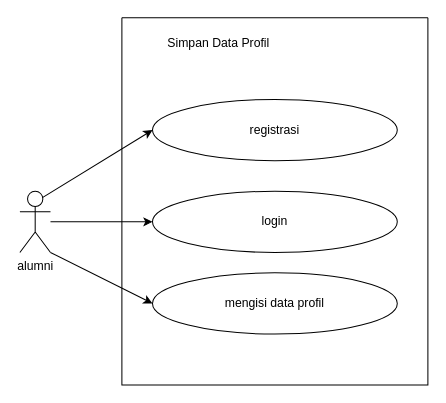
The draw.io diagram Simpan Data alumni usecase Diagram.drawio in ratihpn99/tokoonline, before the edit. Source tidied: cells renumbered, new cells numbered last; positions are measured from the earlier drawing's top-left corner, leaving out a move shared by most shapes. Both pictures are drawn from the tidied source at 102%, with x=0, y=0 at pixel (19, 17).
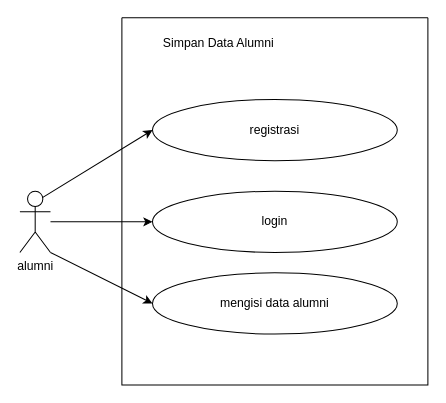
The same diagram, later.

The edit, as a diff of the source:
```diff
@@
 <mxGraphModel>
   <root>
     <mxCell id="0" />
     <mxCell id="1" parent="0" />
     <mxCell id="2" value="alumni" style="shape=umlActor;verticalLabelPosition=bottom;verticalAlign=top;html=1;outlineConnect=0;" parent="1" vertex="1">
       <mxGeometry y="170" width="30" height="60" as="geometry" />
     </mxCell>
     <mxCell id="3" value="registrasi" style="ellipse;whiteSpace=wrap;html=1;" parent="1" vertex="1">
       <mxGeometry x="130" y="80" width="240" height="60" as="geometry" />
     </mxCell>
     <mxCell id="4" value="login" style="ellipse;whiteSpace=wrap;html=1;" parent="1" vertex="1">
       <mxGeometry x="130" y="170" width="240" height="60" as="geometry" />
     </mxCell>
-    <mxCell id="5" value="mengisi data profil" style="ellipse;whiteSpace=wrap;html=1;" parent="1" vertex="1">
+    <mxCell id="5" value="mengisi data alumni" style="ellipse;whiteSpace=wrap;html=1;" parent="1" vertex="1">
       <mxGeometry x="130" y="250" width="240" height="60" as="geometry" />
     </mxCell>
     <mxCell id="6" style="swimlane;startSize=0;" parent="1" vertex="1">
       <mxGeometry x="100" width="300" height="360" as="geometry" />
     </mxCell>
-    <mxCell id="7" value="Simpan Data Profil" style="text;html=1;strokeColor=none;fillColor=none;align=center;verticalAlign=middle;whiteSpace=wrap;rounded=0;" parent="6" vertex="1">
+    <mxCell id="7" value="Simpan Data Alumni" style="text;html=1;strokeColor=none;fillColor=none;align=center;verticalAlign=middle;whiteSpace=wrap;rounded=0;" parent="6" vertex="1">
       <mxGeometry x="30" y="10" width="130" height="30" as="geometry" />
     </mxCell>
     <mxCell id="8" style="endArrow=classic;html=1;rounded=0;exitX=0.75;exitY=0.1;exitDx=0;exitDy=0;exitPerimeter=0;entryX=0;entryY=0.5;entryDx=0;entryDy=0;" parent="1" edge="1" source="2" target="3">
       <mxGeometry relative="1" as="geometry" />
     </mxCell>
     <mxCell id="9" style="endArrow=classic;html=1;rounded=0;entryX=0;entryY=0.5;entryDx=0;entryDy=0;" parent="1" edge="1" source="2" target="4">
       <mxGeometry relative="1" as="geometry" />
     </mxCell>
     <mxCell id="10" style="endArrow=classic;html=1;rounded=0;exitX=1;exitY=1;exitDx=0;exitDy=0;exitPerimeter=0;entryX=0;entryY=0.5;entryDx=0;entryDy=0;" parent="1" edge="1" source="2" target="5">
       <mxGeometry relative="1" as="geometry" />
     </mxCell>
   </root>
 </mxGraphModel>
```
